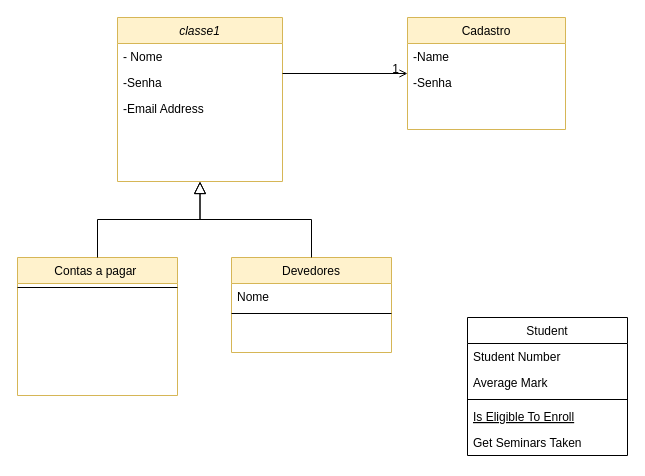
Before: Doc/Classes.drawio in kimyenseo/Equipe5, a draw.io diagram. Source tidied: cells renumbered, new cells numbered last; positions are measured from the earlier drawing's top-left corner, leaving out a move shared by most shapes. Both pictures are drawn from the tidied source at 100%, with x=0, y=0 at pixel (17, 17).
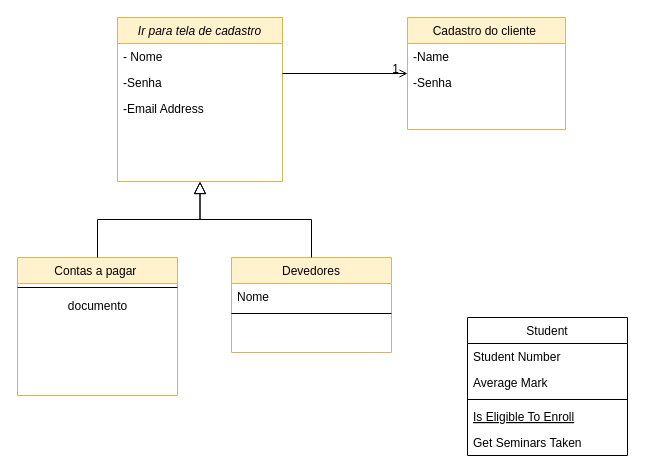
Above is the later version.

Unchanged cells that the change refers to:
```xml
<mxCell id="7" value="Contas a pagar " style="swimlane;fontStyle=0;align=center;verticalAlign=top;horizontal=1;startSize=26;rounded=0;shadow=0;strokeWidth=1;fillColor=#fff2cc;strokeColor=#d6b656;" parent="1" vertex="1">
  <mxGeometry y="240" width="160" height="138" as="geometry" />
</mxCell>
```

Diff of the diagram source:
```diff
@@
-    <mxCell id="2" value="classe1" style="swimlane;fontStyle=2;align=center;verticalAlign=top;horizontal=1;startSize=26;rounded=0;shadow=0;strokeWidth=1;fillColor=#fff2cc;strokeColor=#d6b656;" parent="1" vertex="1">
+    <mxCell id="2" value="Ir para tela de cadastro" style="swimlane;fontStyle=2;align=center;verticalAlign=top;horizontal=1;startSize=26;rounded=0;shadow=0;strokeWidth=1;fillColor=#fff2cc;strokeColor=#d6b656;" parent="1" vertex="1">
       <mxGeometry x="100" width="165" height="164" as="geometry" />
     </mxCell>
@@
+    <mxCell id="25" value="documento" style="text;html=1;align=center;verticalAlign=middle;strokeColor=none;fillColor=none;" parent="7" vertex="1">
+      <mxGeometry y="34" width="160" height="30" as="geometry" />
+    </mxCell>
@@
-    <mxCell id="14" value="Cadastro" style="swimlane;fontStyle=0;align=center;verticalAlign=top;horizontal=1;startSize=26;rounded=0;shadow=0;strokeWidth=1;fillColor=#fff2cc;strokeColor=#d6b656;" parent="1" vertex="1">
+    <mxCell id="14" value="Cadastro do cliente " style="swimlane;fontStyle=0;align=center;verticalAlign=top;horizontal=1;startSize=26;rounded=0;shadow=0;strokeWidth=1;fillColor=#fff2cc;strokeColor=#d6b656;" parent="1" vertex="1">
       <mxGeometry x="390" width="158" height="112" as="geometry" />
     </mxCell>
```
